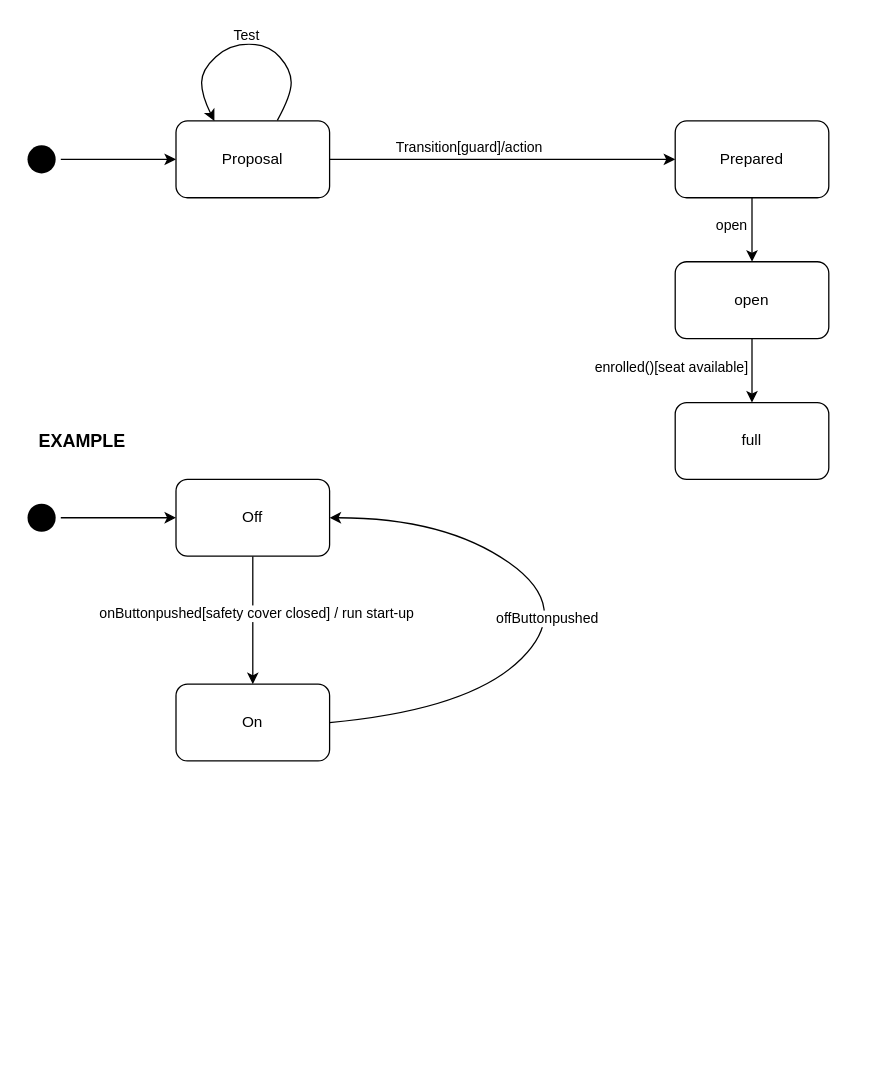
Before: SAD1.drawio in i4GS/test, a draw.io diagram. Source tidied: cells renumbered, new cells numbered last; positions are measured from the earlier drawing's top-left corner, leaving out a move shared by most shapes. Both pictures are drawn from the tidied source at 128%, with x=0, y=0 at pixel (22, 44).
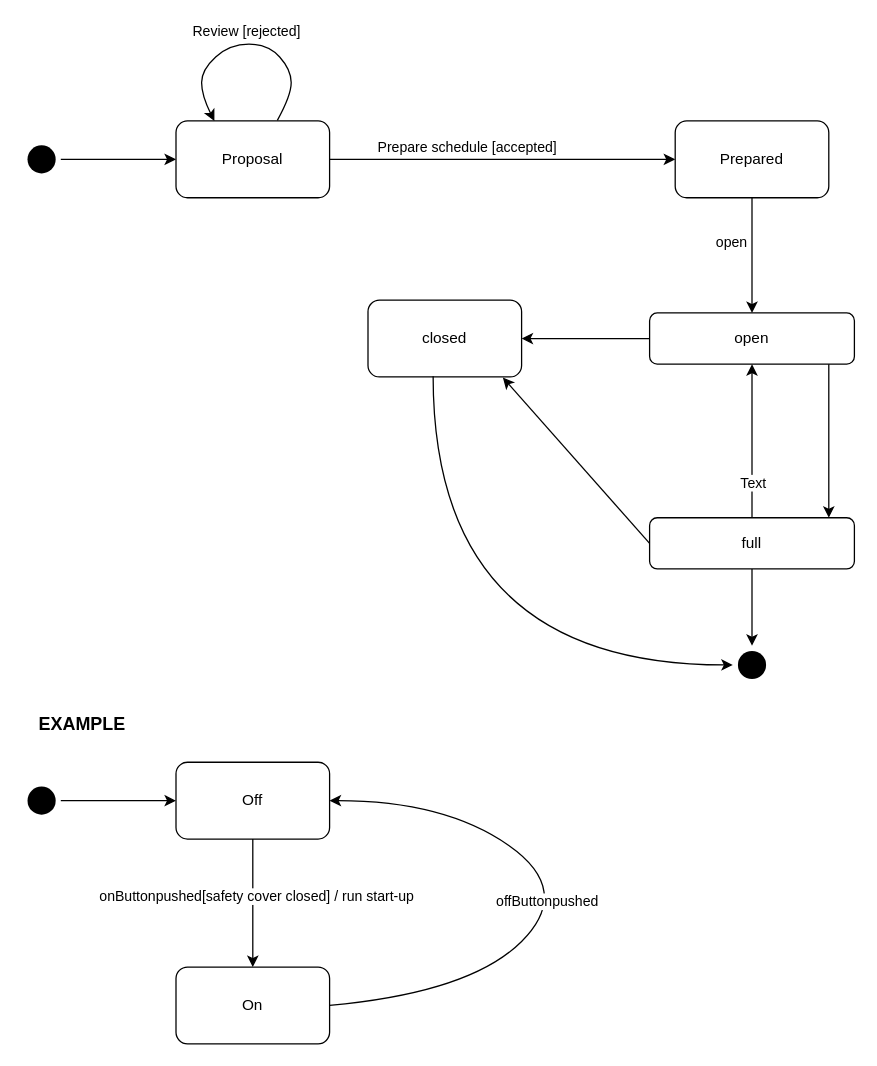
The same diagram, later.

The change refers to these unchanged cells:
```xml
<mxCell id="2" style="edgeStyle=orthogonalEdgeStyle;rounded=0;jettySize=auto;html=1;entryX=0;entryY=0.5;entryDx=0;entryDy=0;" parent="1" edge="1" source="4" target="7">
  <mxGeometry relative="1" as="geometry" />
</mxCell>
<mxCell id="8" style="curved=1;endArrow=classic;html=1;rounded=0;entryX=0.25;entryY=0;entryDx=0;entryDy=0;exitX=0.81;exitY=-0.008;exitDx=0;exitDy=0;exitPerimeter=0;" parent="1" edge="1" target="4">
  <mxGeometry relative="1" as="geometry">
    <mxPoint x="199.2" y="59.5" as="sourcePoint" />
    <Array as="points">
      <mxPoint x="210" y="40" />
      <mxPoint x="210" y="20" />
      <mxPoint x="192" />
      <mxPoint x="162" />
      <mxPoint x="140" y="20" />
      <mxPoint x="140" y="40" />
    </Array>
  </mxGeometry>
</mxCell>
```

Diff of the diagram source:
```diff
@@
-    <mxCell id="3" value="Transition[guard]/action" style="edgeLabel;html=1;align=center;verticalAlign=middle;" parent="2" vertex="1">
+    <mxCell id="3" value="Prepare schedule [accepted]&amp;nbsp;" style="edgeLabel;html=1;align=center;verticalAlign=middle;" parent="2" vertex="1">
       <mxGeometry x="-0.2" y="1" relative="1" as="geometry">
         <mxPoint y="-9" as="offset" />
       </mxGeometry>
     </mxCell>
@@
-    <mxCell id="9" value="Test&lt;br&gt;" style="edgeLabel;html=1;align=center;verticalAlign=middle;" parent="8" vertex="1">
+    <mxCell id="9" value="Review [rejected]" style="edgeLabel;html=1;align=center;verticalAlign=middle;" parent="8" vertex="1">
       <mxGeometry x="0.02" y="3" relative="1" as="geometry">
-        <mxPoint y="-11" as="offset" />
+        <mxPoint y="-14" as="offset" />
       </mxGeometry>
     </mxCell>
@@
     <mxCell id="14" value="Off" style="rounded=1;whiteSpace=wrap;html=1;" parent="1" vertex="1">
-      <mxGeometry x="120" y="340" width="120" height="60" as="geometry" />
+      <mxGeometry x="120" y="561" width="120" height="60" as="geometry" />
     </mxCell>
     <mxCell id="15" value="On" style="rounded=1;whiteSpace=wrap;html=1;" parent="1" vertex="1">
-      <mxGeometry x="120" y="500" width="120" height="60" as="geometry" />
+      <mxGeometry x="120" y="721" width="120" height="60" as="geometry" />
     </mxCell>
@@
     <mxCell id="17" style="ellipse;html=1;shape=endState;fillColor=#000000;strokeColor=none;" parent="1" vertex="1">
-      <mxGeometry y="355" width="30" height="30" as="geometry" />
+      <mxGeometry y="576" width="30" height="30" as="geometry" />
     </mxCell>
     <mxCell id="18" value="&lt;b&gt;&lt;font style=&quot;font-size: 14px;&quot;&gt;EXAMPLE&lt;/font&gt;&lt;/b&gt;" style="text;html=1;strokeColor=none;fillColor=none;align=center;verticalAlign=middle;whiteSpace=wrap;rounded=0;" parent="1" vertex="1">
-      <mxGeometry x="17" y="295" width="60" height="30" as="geometry" />
+      <mxGeometry x="17" y="516" width="60" height="30" as="geometry" />
     </mxCell>
     <mxCell id="19" style="curved=1;endArrow=classic;html=1;rounded=0;exitX=1;exitY=0.5;exitDx=0;exitDy=0;" parent="1" edge="1" source="15">
       <mxGeometry relative="1" as="geometry">
-        <mxPoint x="240" y="370" as="targetPoint" />
+        <mxPoint x="240" y="591" as="targetPoint" />
         <Array as="points">
-          <mxPoint x="350" y="520" />
-          <mxPoint x="430" y="440" />
-          <mxPoint x="330" y="370" />
+          <mxPoint x="350" y="741" />
+          <mxPoint x="430" y="661" />
+          <mxPoint x="330" y="591" />
         </Array>
       </mxGeometry>
     </mxCell>
@@
-    <mxCell id="21" style="edgeStyle=orthogonalEdgeStyle;rounded=0;jettySize=auto;html=1;" parent="1" edge="1" source="23" target="24">
-      <mxGeometry relative="1" as="geometry" />
-    </mxCell>
-    <mxCell id="22" value="enrolled()[seat available]" style="edgeLabel;html=1;align=center;verticalAlign=middle;" parent="21" vertex="1">
-      <mxGeometry x="-0.13" y="-2" relative="1" as="geometry">
-        <mxPoint x="-62" as="offset" />
-      </mxGeometry>
-    </mxCell>
     <mxCell id="23" value="open" style="rounded=1;whiteSpace=wrap;html=1;" parent="1" vertex="1">
-      <mxGeometry x="510" y="170" width="120" height="60" as="geometry" />
+      <mxGeometry x="490" y="210" width="160" height="40" as="geometry" />
     </mxCell>
+    <mxCell id="25" style="edgeStyle=orthogonalEdgeStyle;rounded=0;jettySize=auto;html=1;" parent="1" edge="1" source="24" target="27">
+      <mxGeometry relative="1" as="geometry" />
+    </mxCell>
     <mxCell id="24" value="full" style="rounded=1;whiteSpace=wrap;html=1;" parent="1" vertex="1">
-      <mxGeometry x="510" y="280" width="120" height="60" as="geometry" />
+      <mxGeometry x="490" y="370" width="160" height="40" as="geometry" />
     </mxCell>
+    <mxCell id="26" value="closed" style="rounded=1;whiteSpace=wrap;html=1;" parent="1" vertex="1">
+      <mxGeometry x="270" y="200" width="120" height="60" as="geometry" />
+    </mxCell>
+    <mxCell id="27" style="ellipse;html=1;shape=endState;fillColor=#000000;strokeColor=none;" parent="1" vertex="1">
+      <mxGeometry x="555" y="470" width="30" height="30" as="geometry" />
+    </mxCell>
+    <mxCell id="28" style="endArrow=classic;html=1;rounded=0;entryX=1;entryY=0.5;entryDx=0;entryDy=0;" parent="1" edge="1" source="23" target="26">
+      <mxGeometry relative="1" as="geometry" />
+    </mxCell>
+    <mxCell id="29" style="endArrow=classic;html=1;rounded=0;exitX=0;exitY=0.5;exitDx=0;exitDy=0;entryX=0.878;entryY=1.008;entryDx=0;entryDy=0;entryPerimeter=0;" parent="1" edge="1" source="24" target="26">
+      <mxGeometry relative="1" as="geometry" />
+    </mxCell>
+    <mxCell id="30" style="endArrow=classic;html=1;rounded=0;entryX=0;entryY=0.5;entryDx=0;entryDy=0;edgeStyle=orthogonalEdgeStyle;curved=1;exitX=0.424;exitY=0.992;exitDx=0;exitDy=0;exitPerimeter=0;" parent="1" edge="1" source="26" target="27">
+      <mxGeometry relative="1" as="geometry">
+        <Array as="points">
+          <mxPoint x="321" y="485" />
+        </Array>
+      </mxGeometry>
+    </mxCell>
+    <mxCell id="31" style="endArrow=classic;html=1;rounded=0;" parent="1" edge="1">
+      <mxGeometry relative="1" as="geometry">
+        <mxPoint x="630" y="250" as="sourcePoint" />
+        <mxPoint x="630" y="370" as="targetPoint" />
+      </mxGeometry>
+    </mxCell>
+    <mxCell id="32" style="endArrow=classic;html=1;rounded=0;exitX=0.5;exitY=0;exitDx=0;exitDy=0;" parent="1" edge="1" source="24" target="23">
+      <mxGeometry relative="1" as="geometry" />
+    </mxCell>
+    <mxCell id="33" value="Text" style="edgeLabel;html=1;align=center;verticalAlign=middle;" parent="32" vertex="1">
+      <mxGeometry x="-0.53" relative="1" as="geometry" />
+    </mxCell>
```
